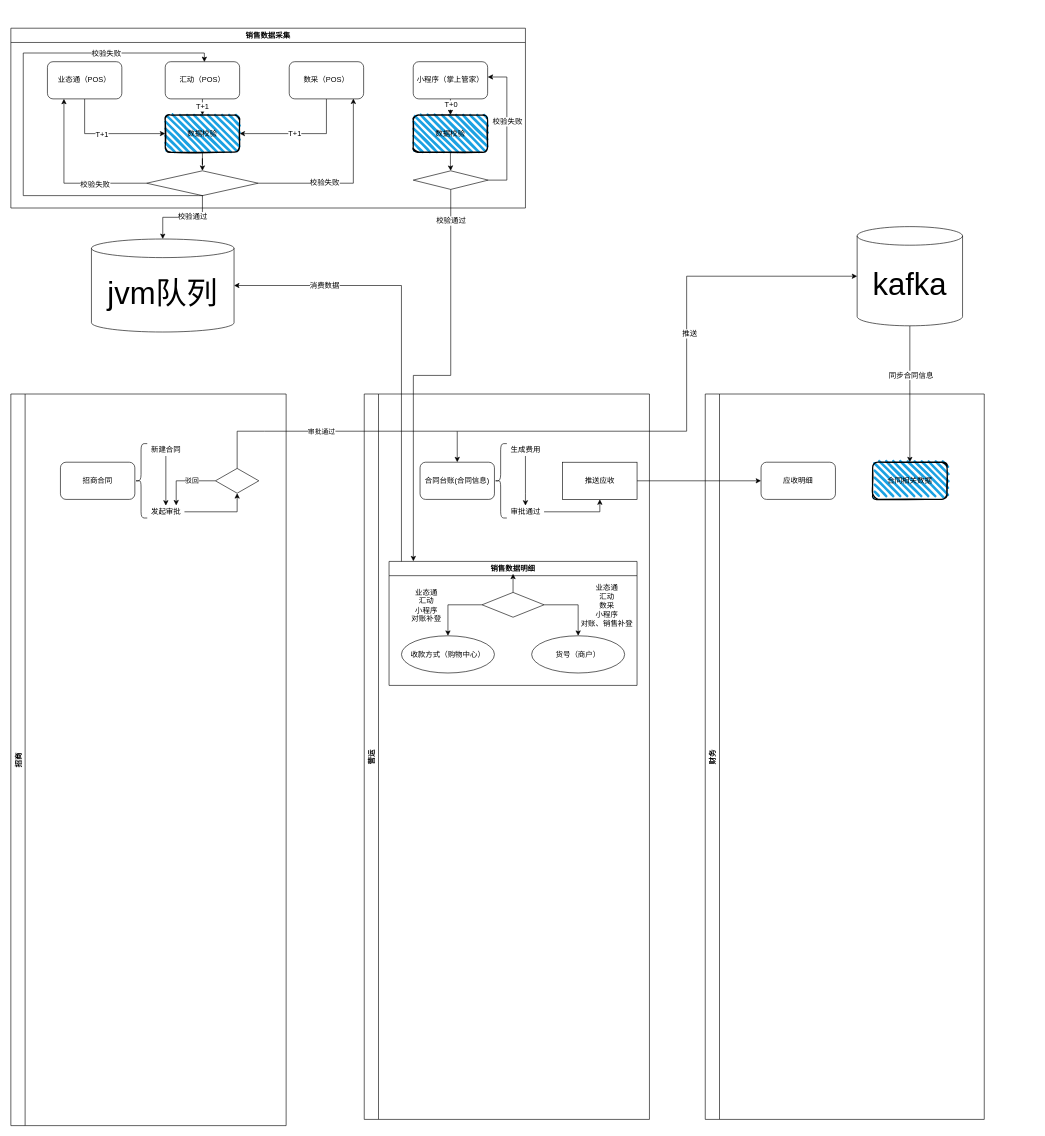
Above: Untitled Diagram.drawio in lanrenspace/elementui-admin-template (draw.io), before the change. Source tidied: cells renumbered, new cells numbered last; positions are measured from the earlier drawing's top-left corner, leaving out a move shared by most shapes. Both pictures are drawn from the tidied source at 62%, with x=0, y=0 at pixel (11, 28).
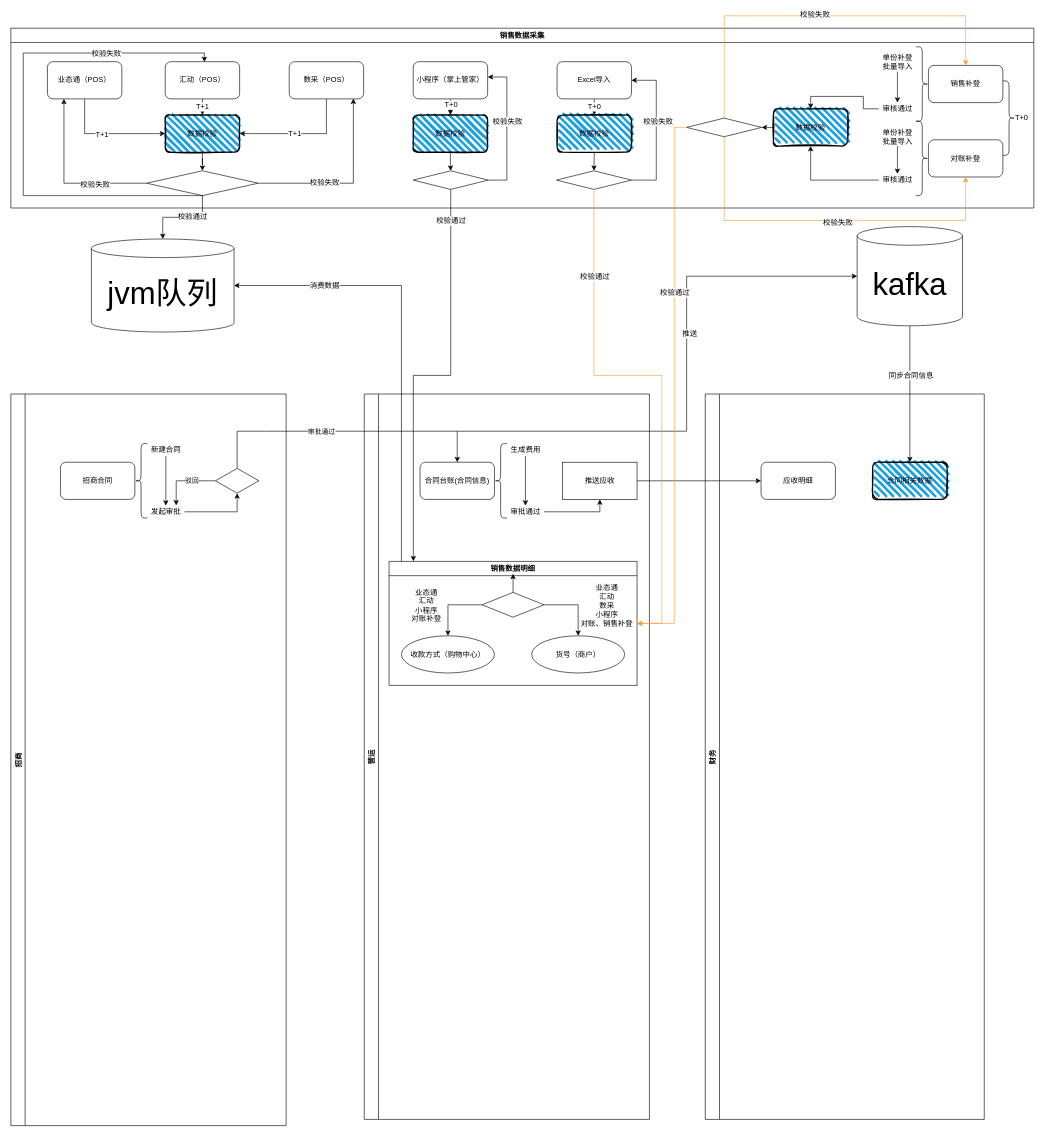
Above is the later version.

Commit message:
补登与Excel导入

The change refers to these unchanged cells:
```xml
<mxCell id="22" value="销售数据明细" style="swimlane;fontSize=12;" parent="12" vertex="1">
  <mxGeometry x="40" y="270" width="400" height="200" as="geometry" />
</mxCell>
```

Change to the diagram source:
```diff
@@
     <mxCell id="39" value="销售数据采集" style="swimlane;fontSize=12;" parent="1" vertex="1">
-      <mxGeometry width="830" height="290" as="geometry" />
+      <mxGeometry width="1650" height="290" as="geometry" />
     </mxCell>
@@
+    <mxCell id="73" value="T+0" style="edgeStyle=orthogonalEdgeStyle;rounded=0;jettySize=auto;html=1;entryX=0.5;entryY=0;entryDx=0;entryDy=0;fontSize=12;" parent="39" edge="1" source="74" target="78">
+      <mxGeometry relative="1" as="geometry" />
+    </mxCell>
+    <mxCell id="74" value="Excel导入" style="rounded=1;whiteSpace=wrap;html=1;fontSize=12;" parent="39" vertex="1">
+      <mxGeometry x="881" y="54" width="120" height="60" as="geometry" />
+    </mxCell>
+    <mxCell id="75" value="销售补登" style="rounded=1;whiteSpace=wrap;html=1;fontSize=12;" parent="39" vertex="1">
+      <mxGeometry x="1480" y="60" width="120" height="60" as="geometry" />
+    </mxCell>
+    <mxCell id="76" value="对账补登" style="rounded=1;whiteSpace=wrap;html=1;fontSize=12;" parent="39" vertex="1">
+      <mxGeometry x="1480" y="180" width="120" height="60" as="geometry" />
+    </mxCell>
+    <mxCell id="77" style="edgeStyle=orthogonalEdgeStyle;rounded=0;jettySize=auto;html=1;exitX=0.5;exitY=1;exitDx=0;exitDy=0;entryX=0.5;entryY=0;entryDx=0;entryDy=0;fontSize=12;" parent="39" edge="1" source="78" target="81">
+      <mxGeometry relative="1" as="geometry" />
+    </mxCell>
+    <mxCell id="78" value="数据校验" style="rounded=1;whiteSpace=wrap;html=1;strokeWidth=2;fillWeight=4;hachureGap=8;hachureAngle=45;fillColor=#1ba1e2;sketch=1;fontSize=12;" parent="39" vertex="1">
+      <mxGeometry x="881" y="140" width="120" height="60" as="geometry" />
+    </mxCell>
+    <mxCell id="79" style="edgeStyle=orthogonalEdgeStyle;rounded=0;jettySize=auto;html=1;entryX=1;entryY=0.5;entryDx=0;entryDy=0;fontSize=12;" parent="39" edge="1" source="81" target="74">
+      <mxGeometry relative="1" as="geometry">
+        <Array as="points">
+          <mxPoint x="1041" y="245" />
+          <mxPoint x="1041" y="84" />
+        </Array>
+      </mxGeometry>
+    </mxCell>
+    <mxCell id="80" value="校验失败" style="edgeLabel;html=1;align=center;verticalAlign=middle;fontSize=12;" parent="79" vertex="1">
+      <mxGeometry x="0.12" y="-2" relative="1" as="geometry" />
+    </mxCell>
+    <mxCell id="81" style="rhombus;whiteSpace=wrap;html=1;fontSize=12;" parent="39" vertex="1">
+      <mxGeometry x="880" y="230" width="121" height="30" as="geometry" />
+    </mxCell>
+    <mxCell id="82" style="shape=curlyBracket;whiteSpace=wrap;html=1;rounded=1;flipH=1;fontSize=12;" parent="39" vertex="1">
+      <mxGeometry x="1460" y="30" width="20" height="120" as="geometry" />
+    </mxCell>
+    <mxCell id="83" style="shape=curlyBracket;whiteSpace=wrap;html=1;rounded=1;flipH=1;fontSize=12;size=0.5;" parent="39" vertex="1">
+      <mxGeometry x="1460" y="150" width="20" height="120" as="geometry" />
+    </mxCell>
+    <mxCell id="84" style="shape=curlyBracket;whiteSpace=wrap;html=1;rounded=1;flipH=1;fontSize=12;" parent="39" vertex="1">
+      <mxGeometry x="1600" y="85" width="20" height="120" as="geometry" />
+    </mxCell>
+    <mxCell id="85" value="T+0" style="text;html=1;align=center;verticalAlign=middle;strokeColor=none;fillColor=none;fontSize=12;" parent="39" vertex="1">
+      <mxGeometry x="1610" y="135" width="40" height="20" as="geometry" />
+    </mxCell>
+    <mxCell id="86" style="edgeStyle=orthogonalEdgeStyle;rounded=0;jettySize=auto;html=1;fontSize=12;" parent="39" edge="1" source="87" target="89">
+      <mxGeometry relative="1" as="geometry" />
+    </mxCell>
+    <mxCell id="87" value="单份补登&lt;br&gt;批量导入" style="text;html=1;align=center;verticalAlign=middle;points=[];strokeColor=none;fillColor=none;fontSize=12;" parent="39" vertex="1">
+      <mxGeometry x="1400" y="40" width="60" height="30" as="geometry" />
+    </mxCell>
+    <mxCell id="88" style="edgeStyle=orthogonalEdgeStyle;rounded=0;jettySize=auto;html=1;entryX=0.5;entryY=0;entryDx=0;entryDy=0;fontSize=12;" parent="39" edge="1" source="89" target="95">
+      <mxGeometry relative="1" as="geometry" />
+    </mxCell>
+    <mxCell id="89" value="审核通过" style="text;html=1;align=center;verticalAlign=middle;points=[];strokeColor=none;fillColor=none;fontSize=12;" parent="39" vertex="1">
+      <mxGeometry x="1400" y="120" width="60" height="20" as="geometry" />
+    </mxCell>
+    <mxCell id="90" style="edgeStyle=orthogonalEdgeStyle;rounded=0;jettySize=auto;html=1;fontSize=12;" parent="39" edge="1" source="91" target="93">
+      <mxGeometry relative="1" as="geometry" />
+    </mxCell>
+    <mxCell id="91" value="单份补登&lt;br&gt;批量导入" style="text;html=1;align=center;verticalAlign=middle;points=[];strokeColor=none;fillColor=none;fontSize=12;" parent="39" vertex="1">
+      <mxGeometry x="1400" y="160" width="60" height="30" as="geometry" />
+    </mxCell>
+    <mxCell id="92" style="edgeStyle=orthogonalEdgeStyle;rounded=0;jettySize=auto;html=1;entryX=0.5;entryY=1;entryDx=0;entryDy=0;fontSize=12;" parent="39" edge="1" source="93" target="95">
+      <mxGeometry relative="1" as="geometry" />
+    </mxCell>
+    <mxCell id="93" value="审核通过" style="text;html=1;align=center;verticalAlign=middle;points=[];strokeColor=none;fillColor=none;fontSize=12;" parent="39" vertex="1">
+      <mxGeometry x="1400" y="235" width="60" height="20" as="geometry" />
+    </mxCell>
+    <mxCell id="94" style="edgeStyle=orthogonalEdgeStyle;rounded=0;jettySize=auto;html=1;exitX=0;exitY=0.5;exitDx=0;exitDy=0;entryX=1;entryY=0.5;entryDx=0;entryDy=0;fontSize=12;" parent="39" edge="1" source="95" target="100">
+      <mxGeometry relative="1" as="geometry" />
+    </mxCell>
+    <mxCell id="95" value="数据校验" style="rounded=1;whiteSpace=wrap;html=1;strokeWidth=2;fillWeight=4;hachureGap=8;hachureAngle=45;fillColor=#1ba1e2;sketch=1;fontSize=12;" parent="39" vertex="1">
+      <mxGeometry x="1230" y="130" width="120" height="60" as="geometry" />
+    </mxCell>
+    <mxCell id="96" style="edgeStyle=orthogonalEdgeStyle;rounded=0;jettySize=auto;html=1;exitX=0.5;exitY=0;exitDx=0;exitDy=0;fontSize=12;labelBackgroundColor=#FFFF66;fontColor=#FFFF66;strokeColor=#FF9933;" parent="39" edge="1" source="100" target="75">
+      <mxGeometry relative="1" as="geometry">
+        <Array as="points">
+          <mxPoint x="1151" y="-20" />
+          <mxPoint x="1540" y="-20" />
+        </Array>
+      </mxGeometry>
+    </mxCell>
+    <mxCell id="97" value="校验失败" style="edgeLabel;html=1;align=center;verticalAlign=middle;fontSize=12;fontColor=#000000;" parent="96" vertex="1">
+      <mxGeometry x="-0.02" y="2" relative="1" as="geometry" />
+    </mxCell>
+    <mxCell id="98" style="edgeStyle=orthogonalEdgeStyle;rounded=0;jettySize=auto;html=1;entryX=0.5;entryY=1;entryDx=0;entryDy=0;labelBackgroundColor=#FFFF66;fontSize=12;fontColor=#000000;strokeColor=#FF9933;" parent="39" edge="1" source="100" target="76">
+      <mxGeometry relative="1" as="geometry">
+        <Array as="points">
+          <mxPoint x="1151" y="310" />
+          <mxPoint x="1540" y="310" />
+        </Array>
+      </mxGeometry>
+    </mxCell>
+    <mxCell id="99" value="校验失败" style="edgeLabel;html=1;align=center;verticalAlign=middle;fontSize=12;fontColor=#000000;" parent="98" vertex="1">
+      <mxGeometry x="0.07" y="-3" relative="1" as="geometry" />
+    </mxCell>
+    <mxCell id="100" style="rhombus;whiteSpace=wrap;html=1;fontSize=12;" parent="39" vertex="1">
+      <mxGeometry x="1090" y="145" width="121" height="30" as="geometry" />
+    </mxCell>
@@
+    <mxCell id="101" style="edgeStyle=orthogonalEdgeStyle;rounded=0;jettySize=auto;html=1;entryX=1;entryY=0.5;entryDx=0;entryDy=0;labelBackgroundColor=#FFFF66;fontSize=12;fontColor=#000000;strokeColor=#FF9933;" parent="1" edge="1" source="100" target="22">
+      <mxGeometry relative="1" as="geometry">
+        <Array as="points">
+          <mxPoint x="1070" y="160" />
+          <mxPoint x="1070" y="960" />
+        </Array>
+      </mxGeometry>
+    </mxCell>
+    <mxCell id="102" value="校验通过" style="edgeLabel;html=1;align=center;verticalAlign=middle;fontSize=12;fontColor=#000000;" parent="101" vertex="1">
+      <mxGeometry x="-0.35" relative="1" as="geometry" />
+    </mxCell>
+    <mxCell id="103" style="edgeStyle=orthogonalEdgeStyle;rounded=0;jettySize=auto;html=1;entryX=1;entryY=0.5;entryDx=0;entryDy=0;labelBackgroundColor=#FFFF66;fontSize=12;fontColor=#000000;strokeColor=#FF9933;" parent="1" edge="1" source="81" target="22">
+      <mxGeometry relative="1" as="geometry">
+        <Array as="points">
+          <mxPoint x="940" y="560" />
+          <mxPoint x="1050" y="560" />
+          <mxPoint x="1050" y="960" />
+        </Array>
+      </mxGeometry>
+    </mxCell>
+    <mxCell id="104" value="校验通过" style="edgeLabel;html=1;align=center;verticalAlign=middle;fontSize=12;fontColor=#000000;" parent="103" vertex="1">
+      <mxGeometry x="-0.67" y="1" relative="1" as="geometry" />
+    </mxCell>
```
